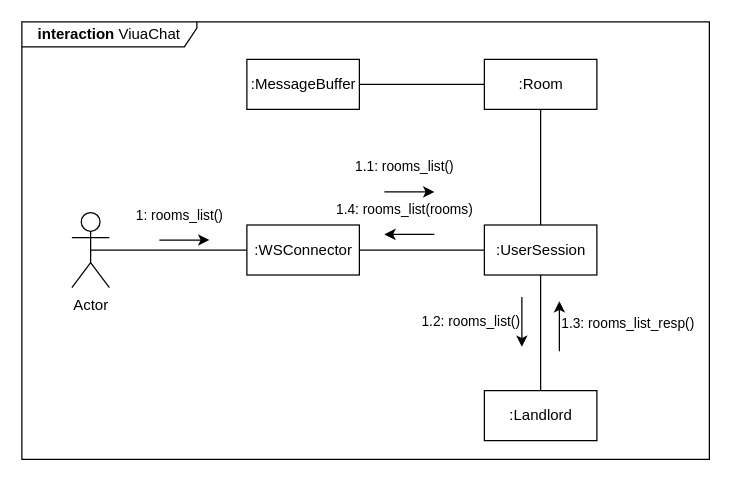
Before: page "Strona-1" (1 of 5) of viuachat/diag/Diagram komunikacji.drawio in marekjm/inzynierka, a draw.io diagram. Source tidied: cells renumbered, new cells numbered last; positions are measured from the earlier drawing's top-left corner, leaving out a move shared by most shapes. Both pictures are drawn from the tidied source at 125%, with x=0, y=0 at pixel (21, 21).
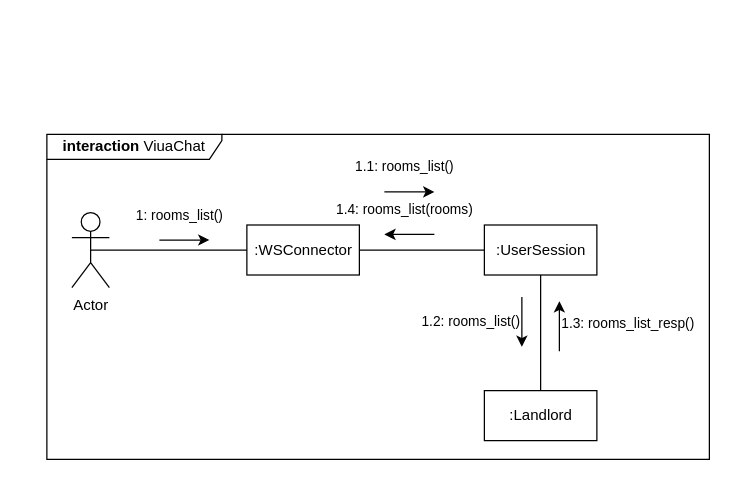
Above is the later version.

The change refers to these unchanged cells:
```xml
<mxCell id="15" value=":UserSession" style="html=1;" parent="1" vertex="1">
  <mxGeometry x="370" y="162.5" width="90" height="40" as="geometry" />
</mxCell>
```

The edit, as a diff of the source:
```diff
@@
     <mxCell id="2" value="&lt;b&gt;interaction &lt;/b&gt;ViuaChat" style="shape=umlFrame;whiteSpace=wrap;html=1;width=140;height=20;" parent="1" vertex="1">
-      <mxGeometry width="550" height="350" as="geometry" />
+      <mxGeometry x="20" y="90" width="530" height="260" as="geometry" />
     </mxCell>
@@
-    <mxCell id="5" style="edgeStyle=none;rounded=0;jettySize=auto;html=1;endArrow=none;endFill=0;" parent="1" edge="1" source="6" target="16">
-      <mxGeometry relative="1" as="geometry" />
-    </mxCell>
-    <mxCell id="6" value=":Room" style="html=1;" parent="1" vertex="1">
-      <mxGeometry x="370" y="30" width="90" height="40" as="geometry" />
-    </mxCell>
@@
-    <mxCell id="12" style="endArrow=none;html=1;" parent="1" edge="1" source="15" target="6">
-      <mxGeometry relative="1" as="geometry" />
-    </mxCell>
@@
-    <mxCell id="16" value=":MessageBuffer" style="html=1;" parent="1" vertex="1">
-      <mxGeometry x="180" y="30" width="90" height="40" as="geometry" />
-    </mxCell>
```
